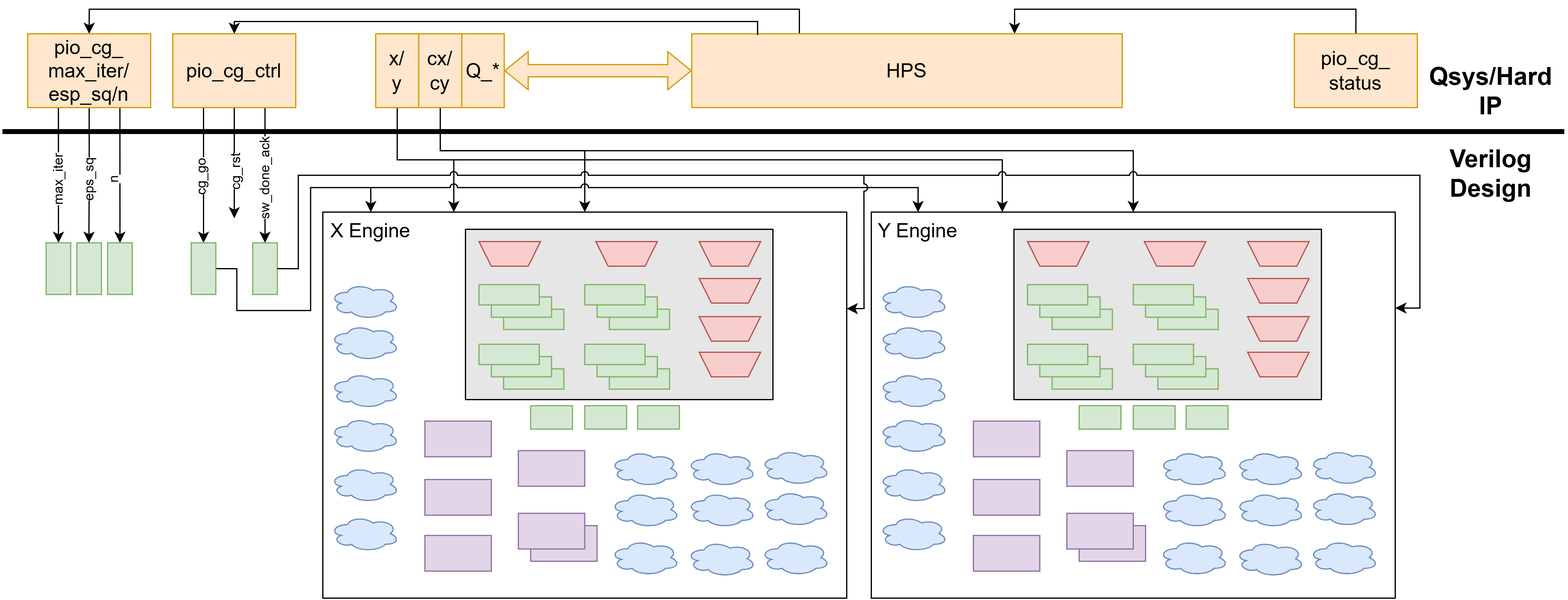
Earlier version of the draw.io export images/v6.drawio.png (pis7/ece5760-final-project). Source tidied: cells renumbered, new cells last; positions are measured from the earlier drawing's top-left corner, leaving out a move shared by most shapes.
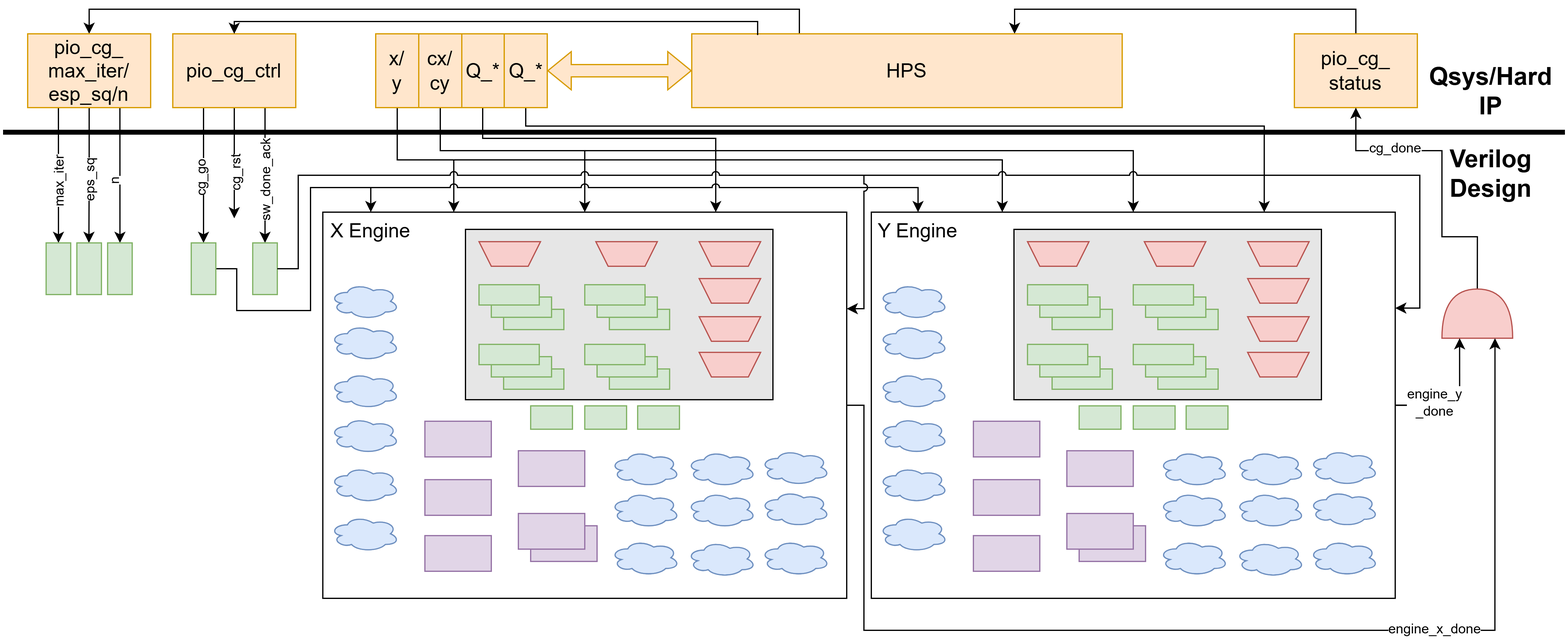
Later version of the same file.

The edit, as a diff of the source:
```diff
@@ -26,6 +26,14 @@
     <mxCell id="9" style="ellipse;shape=cloud;whiteSpace=wrap;html=1;rounded=0;strokeColor=#6c8ebf;align=center;verticalAlign=middle;fontFamily=Helvetica;fontSize=12;fillColor=#dae8fc;" parent="1" vertex="1">
       <mxGeometry x="266" y="213" width="56" height="29" as="geometry" />
     </mxCell>
+    <mxCell id="131" style="edgeStyle=orthogonalEdgeStyle;rounded=0;jettySize=auto;html=1;exitX=0.5;exitY=1;exitDx=0;exitDy=0;entryX=0.75;entryY=0;entryDx=0;entryDy=0;" parent="1" edge="1" source="10" target="2">
+      <mxGeometry relative="1" as="geometry">
+        <Array as="points">
+          <mxPoint x="390" y="95" />
+          <mxPoint x="580" y="95" />
+        </Array>
+      </mxGeometry>
+    </mxCell>
     <mxCell id="10" value="Q_*" style="rounded=0;whiteSpace=wrap;html=1;fillColor=#ffe6cc;strokeColor=#d79b00;fontSize=16;" parent="1" vertex="1">
       <mxGeometry x="372.5" y="10" width="35" height="60" as="geometry" />
     </mxCell>
@@ -110,7 +118,7 @@
         </Array>
       </mxGeometry>
     </mxCell>
-    <mxCell id="30" style="shape=flexArrow;endArrow=classic;startArrow=classic;html=1;rounded=0;exitX=1;exitY=0.5;exitDx=0;exitDy=0;fillColor=#ffe6cc;strokeColor=#d79b00;fontSize=16;" parent="1" edge="1" source="10">
+    <mxCell id="30" style="shape=flexArrow;endArrow=classic;startArrow=classic;html=1;rounded=0;fillColor=#ffe6cc;strokeColor=#d79b00;fontSize=16;exitX=1;exitY=0.5;exitDx=0;exitDy=0;" parent="1" edge="1" source="140">
       <mxGeometry relative="1" as="geometry">
         <mxPoint x="560" y="40" as="targetPoint" />
       </mxGeometry>
@@ -121,12 +129,6 @@
     <mxCell id="32" value="&lt;font style=&quot;font-size: 20px;&quot;&gt;&lt;b style=&quot;&quot;&gt;Verilog Design&lt;/b&gt;&lt;/font&gt;" style="text;html=1;whiteSpace=wrap;strokeColor=none;fillColor=none;align=center;verticalAlign=middle;rounded=0;" parent="1" vertex="1">
       <mxGeometry x="1180" y="107.5" width="60" height="30" as="geometry" />
     </mxCell>
-    <mxCell id="33" style="endArrow=none;html=1;rounded=0;strokeWidth=4;" parent="1" edge="1">
-      <mxGeometry relative="1" as="geometry">
-        <mxPoint y="90" as="sourcePoint" />
-        <mxPoint x="1270" y="90" as="targetPoint" />
-      </mxGeometry>
-    </mxCell>
     <mxCell id="34" style="rounded=0;whiteSpace=wrap;html=1;fillColor=#d5e8d4;strokeColor=#82b366;" parent="1" vertex="1">
       <mxGeometry x="35" y="180" width="20" height="42" as="geometry" />
     </mxCell>
@@ -454,5 +456,58 @@
         </Array>
       </mxGeometry>
     </mxCell>
+    <mxCell id="132" style="edgeStyle=orthogonalEdgeStyle;rounded=0;jettySize=auto;html=1;exitX=1;exitY=0.5;exitDx=0;exitDy=0;exitPerimeter=0;entryX=0.5;entryY=1;entryDx=0;entryDy=0;jumpStyle=arc;" parent="1" edge="1" source="134" target="27">
+      <mxGeometry relative="1" as="geometry">
+        <Array as="points">
+          <mxPoint x="1199" y="175" />
+          <mxPoint x="1170" y="175" />
+          <mxPoint x="1170" y="105" />
+          <mxPoint x="1100" y="105" />
+        </Array>
+      </mxGeometry>
+    </mxCell>
+    <mxCell id="133" value="cg_done" style="edgeLabel;html=1;align=center;verticalAlign=middle;" parent="132" vertex="1">
+      <mxGeometry x="0.2" y="-2" relative="1" as="geometry">
+        <mxPoint x="-32" as="offset" />
+      </mxGeometry>
+    </mxCell>
+    <mxCell id="134" style="shape=or;whiteSpace=wrap;html=1;rotation=-90;fillColor=#f8cecc;strokeColor=#b85450;" parent="1" vertex="1">
+      <mxGeometry x="1178.8" y="208.8" width="40" height="57.5" as="geometry" />
+    </mxCell>
+    <mxCell id="135" style="edgeStyle=orthogonalEdgeStyle;rounded=0;jettySize=auto;html=1;exitX=1;exitY=0.5;exitDx=0;exitDy=0;entryX=0;entryY=0.75;entryDx=0;entryDy=0;entryPerimeter=0;" parent="1" edge="1" source="2" target="134">
+      <mxGeometry relative="1" as="geometry">
+        <Array as="points">
+          <mxPoint x="700" y="312" />
+          <mxPoint x="700" y="495" />
+          <mxPoint x="1213" y="495" />
+        </Array>
+      </mxGeometry>
+    </mxCell>
+    <mxCell id="136" value="engine_x_done" style="edgeLabel;html=1;align=center;verticalAlign=middle;" parent="135" vertex="1">
+      <mxGeometry x="0.4" y="1" relative="1" as="geometry" />
+    </mxCell>
+    <mxCell id="137" style="edgeStyle=orthogonalEdgeStyle;rounded=0;jettySize=auto;html=1;exitX=1;exitY=0.5;exitDx=0;exitDy=0;entryX=0;entryY=0.25;entryDx=0;entryDy=0;entryPerimeter=0;" parent="1" edge="1" source="80" target="134">
+      <mxGeometry relative="1" as="geometry" />
+    </mxCell>
+    <mxCell id="138" value="engine_y&lt;div&gt;_done&lt;/div&gt;" style="edgeLabel;html=1;align=center;verticalAlign=middle;" parent="137" vertex="1">
+      <mxGeometry x="-0.41" y="2" relative="1" as="geometry" />
+    </mxCell>
+    <mxCell id="33" style="endArrow=none;html=1;rounded=0;strokeWidth=4;" parent="1" edge="1">
+      <mxGeometry relative="1" as="geometry">
+        <mxPoint y="90" as="sourcePoint" />
+        <mxPoint x="1270" y="90" as="targetPoint" />
+      </mxGeometry>
+    </mxCell>
+    <mxCell id="139" style="edgeStyle=orthogonalEdgeStyle;rounded=0;jettySize=auto;html=1;exitX=0.5;exitY=1;exitDx=0;exitDy=0;entryX=0.75;entryY=0;entryDx=0;entryDy=0;" parent="1" edge="1" source="140" target="80">
+      <mxGeometry relative="1" as="geometry">
+        <Array as="points">
+          <mxPoint x="425" y="85" />
+          <mxPoint x="1026" y="85" />
+        </Array>
+      </mxGeometry>
+    </mxCell>
+    <mxCell id="140" value="Q_*" style="rounded=0;whiteSpace=wrap;html=1;fillColor=#ffe6cc;strokeColor=#d79b00;fontSize=16;" parent="1" vertex="1">
+      <mxGeometry x="407.5" y="10" width="35" height="60" as="geometry" />
+    </mxCell>
   </root>
 </mxGraphModel>
```
